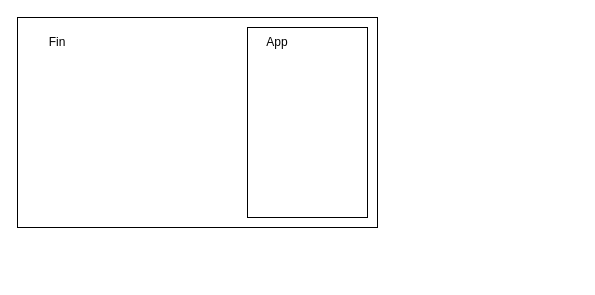
Above: iframePostmessage.drawio in lance631/notes (draw.io), before the change. Source tidied: cells renumbered, new cells numbered last; positions are measured from the earlier drawing's top-left corner, leaving out a move shared by most shapes. Both pictures are drawn from the tidied source at 100%, with x=0, y=0 at pixel (17, 17).
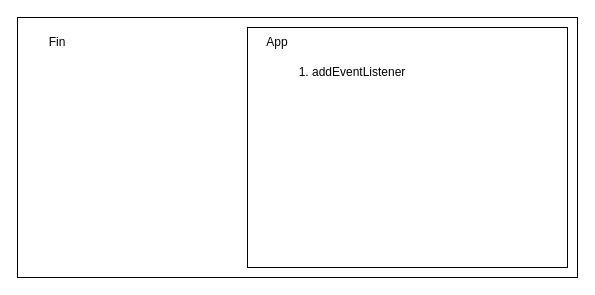
Above is the later version.

What changed in the source:
```diff
@@
 <mxGraphModel>
   <root>
     <mxCell id="0" />
     <mxCell id="1" parent="0" />
     <mxCell id="2" style="rounded=0;whiteSpace=wrap;html=1;" parent="1" vertex="1">
-      <mxGeometry width="360" height="210" as="geometry" />
+      <mxGeometry width="560" height="260" as="geometry" />
     </mxCell>
     <mxCell id="3" style="rounded=0;whiteSpace=wrap;html=1;" parent="1" vertex="1">
-      <mxGeometry x="230" y="10" width="120" height="190" as="geometry" />
+      <mxGeometry x="230" y="10" width="320" height="240" as="geometry" />
     </mxCell>
     <mxCell id="4" value="Fin" style="text;html=1;align=center;verticalAlign=middle;whiteSpace=wrap;rounded=0;" parent="1" vertex="1">
       <mxGeometry x="10" y="10" width="60" height="30" as="geometry" />
     </mxCell>
     <mxCell id="5" value="App" style="text;html=1;align=center;verticalAlign=middle;whiteSpace=wrap;rounded=0;" parent="1" vertex="1">
       <mxGeometry x="230" y="10" width="60" height="30" as="geometry" />
     </mxCell>
+    <mxCell id="6" value="1. addEventListener" style="text;html=1;align=center;verticalAlign=middle;whiteSpace=wrap;rounded=0;" parent="1" vertex="1">
+      <mxGeometry x="240" y="40" width="190" height="30" as="geometry" />
+    </mxCell>
   </root>
 </mxGraphModel>
```
